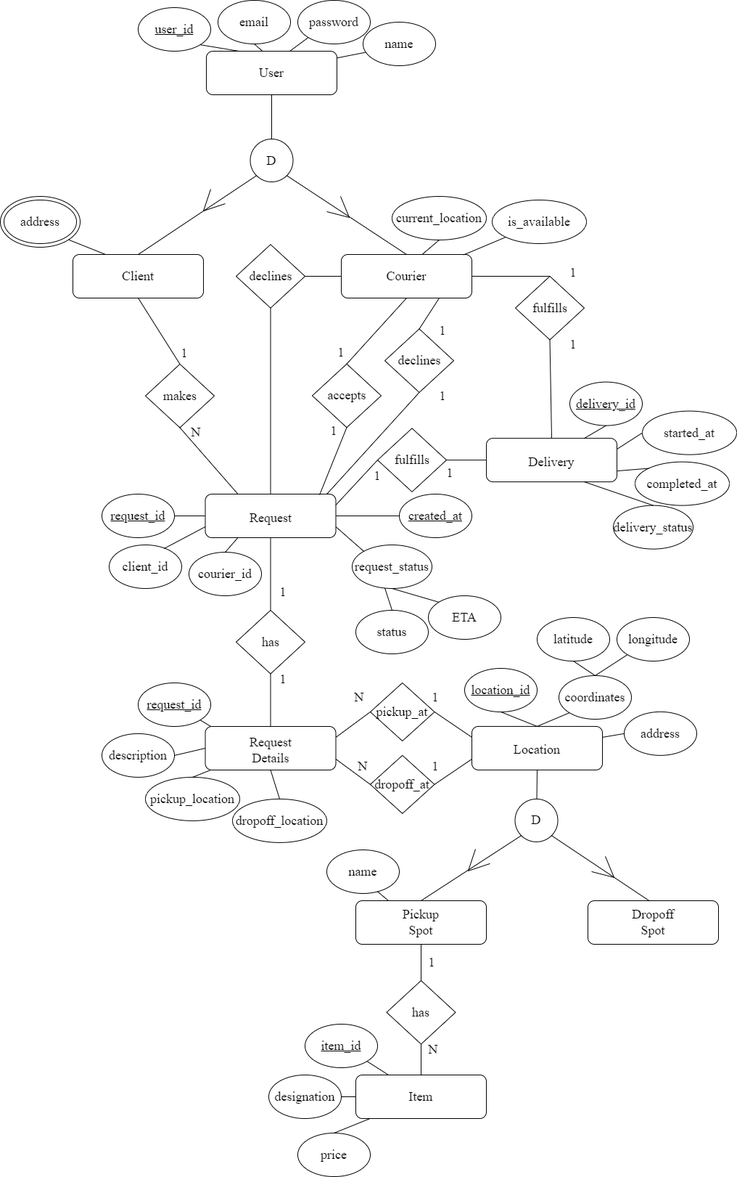
Earlier version of the draw.io export docs/Relatorio/Latex/images/LiftDropEA.png (JohnnyR2003/LiftDrop). Source tidied: cells renumbered, new cells last; positions are measured from the earlier drawing's top-left corner, leaving out a move shared by most shapes.
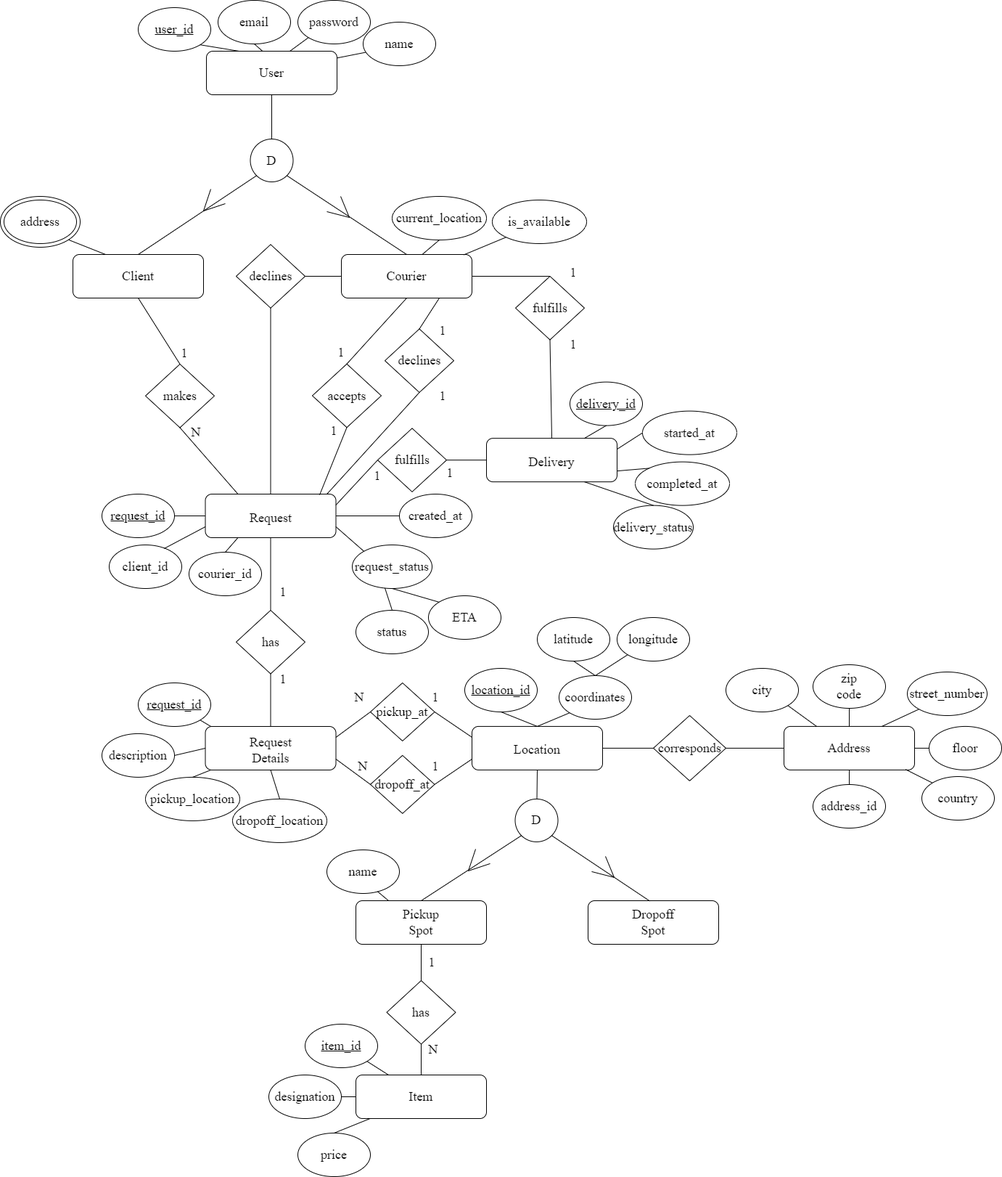
After the change.

Commit message:
*ADDED* Address data class to represent location details in the LiftDrop application and also updated the current ER diagram with the Address entity

Diff of the diagram source:
```diff
@@ -305,7 +305,7 @@
     <mxCell id="98" style="ellipse;whiteSpace=wrap;html=1;fontFamily=Times New Roman;fontSize=18;" parent="97" vertex="1">
       <mxGeometry width="100" height="60" as="geometry" />
     </mxCell>
-    <mxCell id="99" value="&lt;u&gt;created_at&lt;/u&gt;" style="text;html=1;strokeColor=none;fillColor=none;align=center;verticalAlign=middle;whiteSpace=wrap;rounded=0;fontFamily=Times New Roman;fontSize=18;" parent="97" vertex="1">
+    <mxCell id="99" value="created_at" style="text;html=1;strokeColor=none;fillColor=none;align=center;verticalAlign=middle;whiteSpace=wrap;rounded=0;fontFamily=Times New Roman;fontSize=18;" parent="97" vertex="1">
       <mxGeometry x="20" y="15" width="60" height="30" as="geometry" />
     </mxCell>
     <mxCell id="100" style="endArrow=none;html=1;rounded=0;entryX=0;entryY=0.5;entryDx=0;entryDy=0;exitX=1;exitY=0.5;exitDx=0;exitDy=0;" parent="1" edge="1" source="50" target="98">
@@ -520,15 +520,6 @@
     <mxCell id="169" value="longitude" style="text;html=1;strokeColor=none;fillColor=none;align=center;verticalAlign=middle;whiteSpace=wrap;rounded=0;fontFamily=Times New Roman;fontSize=18;" parent="167" vertex="1">
       <mxGeometry x="20" y="15" width="60" height="30" as="geometry" />
     </mxCell>
-    <mxCell id="170" style="group;" parent="1" vertex="1">
-      <mxGeometry x="860" y="979.9" width="100" height="60" as="geometry" />
-    </mxCell>
-    <mxCell id="171" style="ellipse;whiteSpace=wrap;html=1;fontFamily=Times New Roman;fontSize=18;" parent="170" vertex="1">
-      <mxGeometry width="100" height="60" as="geometry" />
-    </mxCell>
-    <mxCell id="172" value="address" style="text;html=1;strokeColor=none;fillColor=none;align=center;verticalAlign=middle;whiteSpace=wrap;rounded=0;fontFamily=Times New Roman;fontSize=18;" parent="170" vertex="1">
-      <mxGeometry x="20" y="15" width="60" height="30" as="geometry" />
-    </mxCell>
     <mxCell id="173" style="endArrow=none;html=1;rounded=0;fontFamily=Times New Roman;fontSize=18;entryX=0;entryY=1;entryDx=0;entryDy=0;exitX=0.5;exitY=0;exitDx=0;exitDy=0;" parent="1" edge="1" source="130" target="162">
       <mxGeometry relative="1" as="geometry" />
     </mxCell>
@@ -538,9 +529,6 @@
     <mxCell id="175" style="endArrow=none;html=1;rounded=0;fontFamily=Times New Roman;fontSize=18;exitX=0.5;exitY=0;exitDx=0;exitDy=0;entryX=0;entryY=1;entryDx=0;entryDy=0;" parent="1" edge="1" source="162" target="168">
       <mxGeometry relative="1" as="geometry" />
     </mxCell>
-    <mxCell id="176" style="endArrow=none;html=1;rounded=0;fontFamily=Times New Roman;fontSize=18;entryX=0;entryY=0.5;entryDx=0;entryDy=0;exitX=1;exitY=0.25;exitDx=0;exitDy=0;" parent="1" edge="1" source="130" target="171">
-      <mxGeometry relative="1" as="geometry" />
-    </mxCell>
     <mxCell id="177" value="1" style="text;html=1;strokeColor=none;fillColor=none;align=center;verticalAlign=middle;whiteSpace=wrap;rounded=0;fontFamily=Times New Roman;fontSize=18;" parent="1" vertex="1">
       <mxGeometry x="224" y="471" width="60" height="30" as="geometry" />
     </mxCell>
@@ -756,5 +744,101 @@
     <mxCell id="243" style="endArrow=none;html=1;rounded=0;exitX=0.5;exitY=0;exitDx=0;exitDy=0;entryX=0.11;entryY=0.999;entryDx=0;entryDy=0;entryPerimeter=0;" parent="1" edge="1" source="239" target="211">
       <mxGeometry relative="1" as="geometry" />
     </mxCell>
+    <mxCell id="244" style="group;" parent="1" vertex="1">
+      <mxGeometry x="1080" y="999.9" width="180" height="60" as="geometry" />
+    </mxCell>
+    <mxCell id="245" style="rounded=1;whiteSpace=wrap;html=1;" parent="244" vertex="1">
+      <mxGeometry width="180" height="60" as="geometry" />
+    </mxCell>
+    <mxCell id="246" value="Address" style="text;html=1;strokeColor=none;fillColor=none;align=center;verticalAlign=middle;whiteSpace=wrap;rounded=0;fontFamily=Times New Roman;fontSize=18;" parent="244" vertex="1">
+      <mxGeometry x="60" y="15" width="60" height="30" as="geometry" />
+    </mxCell>
+    <mxCell id="247" style="group;" parent="1" vertex="1">
+      <mxGeometry x="900" y="984.9" width="100" height="90" as="geometry" />
+    </mxCell>
+    <mxCell id="248" style="rhombus;whiteSpace=wrap;html=1;fontFamily=Times New Roman;fontSize=18;" parent="247" vertex="1">
+      <mxGeometry width="100" height="90" as="geometry" />
+    </mxCell>
+    <mxCell id="249" value="corresponds" style="text;html=1;strokeColor=none;fillColor=none;align=center;verticalAlign=middle;whiteSpace=wrap;rounded=0;fontFamily=Times New Roman;fontSize=18;" parent="247" vertex="1">
+      <mxGeometry x="22.7" y="30.8" width="54.5" height="28.4" as="geometry" />
+    </mxCell>
+    <mxCell id="250" style="endArrow=none;html=1;rounded=0;entryX=0;entryY=0.5;entryDx=0;entryDy=0;exitX=1;exitY=0.5;exitDx=0;exitDy=0;" parent="1" edge="1" source="130" target="248">
+      <mxGeometry relative="1" as="geometry" />
+    </mxCell>
+    <mxCell id="251" style="endArrow=none;html=1;rounded=0;entryX=0;entryY=0.5;entryDx=0;entryDy=0;exitX=1;exitY=0.5;exitDx=0;exitDy=0;" parent="1" edge="1" source="248" target="245">
+      <mxGeometry relative="1" as="geometry" />
+    </mxCell>
+    <mxCell id="252" style="group;" parent="1" vertex="1">
+      <mxGeometry x="1000" y="920" width="100" height="60" as="geometry" />
+    </mxCell>
+    <mxCell id="253" style="ellipse;whiteSpace=wrap;html=1;fontFamily=Times New Roman;fontSize=18;" parent="252" vertex="1">
+      <mxGeometry width="100" height="60" as="geometry" />
+    </mxCell>
+    <mxCell id="254" value="city" style="text;html=1;strokeColor=none;fillColor=none;align=center;verticalAlign=middle;whiteSpace=wrap;rounded=0;fontFamily=Times New Roman;fontSize=18;" parent="252" vertex="1">
+      <mxGeometry x="20" y="15" width="60" height="30" as="geometry" />
+    </mxCell>
+    <mxCell id="255" style="group;" parent="1" vertex="1">
+      <mxGeometry x="1120" y="915" width="100" height="60" as="geometry" />
+    </mxCell>
+    <mxCell id="256" style="ellipse;whiteSpace=wrap;html=1;fontFamily=Times New Roman;fontSize=18;" parent="255" vertex="1">
+      <mxGeometry width="100" height="60" as="geometry" />
+    </mxCell>
+    <mxCell id="257" value="zip code" style="text;html=1;strokeColor=none;fillColor=none;align=center;verticalAlign=middle;whiteSpace=wrap;rounded=0;fontFamily=Times New Roman;fontSize=18;" parent="255" vertex="1">
+      <mxGeometry x="20" y="15" width="60" height="30" as="geometry" />
+    </mxCell>
+    <mxCell id="258" style="group;" parent="1" vertex="1">
+      <mxGeometry x="1250" y="925" width="110" height="60" as="geometry" />
+    </mxCell>
+    <mxCell id="259" style="ellipse;whiteSpace=wrap;html=1;fontFamily=Times New Roman;fontSize=18;" parent="258" vertex="1">
+      <mxGeometry width="110" height="60" as="geometry" />
+    </mxCell>
+    <mxCell id="260" value="street_number" style="text;html=1;strokeColor=none;fillColor=none;align=center;verticalAlign=middle;whiteSpace=wrap;rounded=0;fontFamily=Times New Roman;fontSize=18;" parent="258" vertex="1">
+      <mxGeometry x="22" y="15" width="66" height="30" as="geometry" />
+    </mxCell>
+    <mxCell id="261" style="group;" parent="1" vertex="1">
+      <mxGeometry x="1280" y="999.9" width="100" height="60" as="geometry" />
+    </mxCell>
+    <mxCell id="262" style="ellipse;whiteSpace=wrap;html=1;fontFamily=Times New Roman;fontSize=18;" parent="261" vertex="1">
+      <mxGeometry width="100" height="60" as="geometry" />
+    </mxCell>
+    <mxCell id="263" value="floor" style="text;html=1;strokeColor=none;fillColor=none;align=center;verticalAlign=middle;whiteSpace=wrap;rounded=0;fontFamily=Times New Roman;fontSize=18;" parent="261" vertex="1">
+      <mxGeometry x="20" y="15" width="60" height="30" as="geometry" />
+    </mxCell>
+    <mxCell id="264" style="endArrow=none;html=1;rounded=0;exitX=0.25;exitY=0;exitDx=0;exitDy=0;entryX=1;entryY=1;entryDx=0;entryDy=0;" parent="1" edge="1" source="245" target="253">
+      <mxGeometry relative="1" as="geometry" />
+    </mxCell>
+    <mxCell id="265" style="endArrow=none;html=1;rounded=0;entryX=0.5;entryY=1;entryDx=0;entryDy=0;exitX=0.5;exitY=0;exitDx=0;exitDy=0;" parent="1" edge="1" source="245" target="256">
+      <mxGeometry relative="1" as="geometry" />
+    </mxCell>
+    <mxCell id="266" style="endArrow=none;html=1;rounded=0;entryX=0;entryY=1;entryDx=0;entryDy=0;exitX=0.75;exitY=0;exitDx=0;exitDy=0;" parent="1" edge="1" source="245" target="259">
+      <mxGeometry relative="1" as="geometry" />
+    </mxCell>
+    <mxCell id="267" style="endArrow=none;html=1;rounded=0;entryX=0;entryY=0.5;entryDx=0;entryDy=0;exitX=1;exitY=0.5;exitDx=0;exitDy=0;" parent="1" edge="1" source="245" target="262">
+      <mxGeometry relative="1" as="geometry" />
+    </mxCell>
+    <mxCell id="268" style="group;" parent="1" vertex="1">
+      <mxGeometry x="1270" y="1069" width="100" height="60" as="geometry" />
+    </mxCell>
+    <mxCell id="269" style="ellipse;whiteSpace=wrap;html=1;fontFamily=Times New Roman;fontSize=18;" parent="268" vertex="1">
+      <mxGeometry width="100" height="60" as="geometry" />
+    </mxCell>
+    <mxCell id="270" value="country" style="text;html=1;strokeColor=none;fillColor=none;align=center;verticalAlign=middle;whiteSpace=wrap;rounded=0;fontFamily=Times New Roman;fontSize=18;" parent="268" vertex="1">
+      <mxGeometry x="20" y="15" width="60" height="30" as="geometry" />
+    </mxCell>
+    <mxCell id="271" style="endArrow=none;html=1;rounded=0;exitX=0;exitY=0;exitDx=0;exitDy=0;entryX=0.931;entryY=0.988;entryDx=0;entryDy=0;entryPerimeter=0;" parent="1" edge="1" source="269" target="245">
+      <mxGeometry relative="1" as="geometry" />
+    </mxCell>
+    <mxCell id="272" style="group;" parent="1" vertex="1">
+      <mxGeometry x="1120" y="1080" width="100" height="60" as="geometry" />
+    </mxCell>
+    <mxCell id="273" style="ellipse;whiteSpace=wrap;html=1;fontFamily=Times New Roman;fontSize=18;" parent="272" vertex="1">
+      <mxGeometry width="100" height="60" as="geometry" />
+    </mxCell>
+    <mxCell id="274" value="address_id" style="text;html=1;strokeColor=none;fillColor=none;align=center;verticalAlign=middle;whiteSpace=wrap;rounded=0;fontFamily=Times New Roman;fontSize=18;" parent="272" vertex="1">
+      <mxGeometry x="20" y="15" width="60" height="30" as="geometry" />
+    </mxCell>
+    <mxCell id="275" style="endArrow=none;html=1;rounded=0;entryX=0.5;entryY=0;entryDx=0;entryDy=0;exitX=0.5;exitY=1;exitDx=0;exitDy=0;" parent="1" edge="1" source="245" target="273">
+      <mxGeometry relative="1" as="geometry" />
+    </mxCell>
   </root>
 </mxGraphModel>
```
